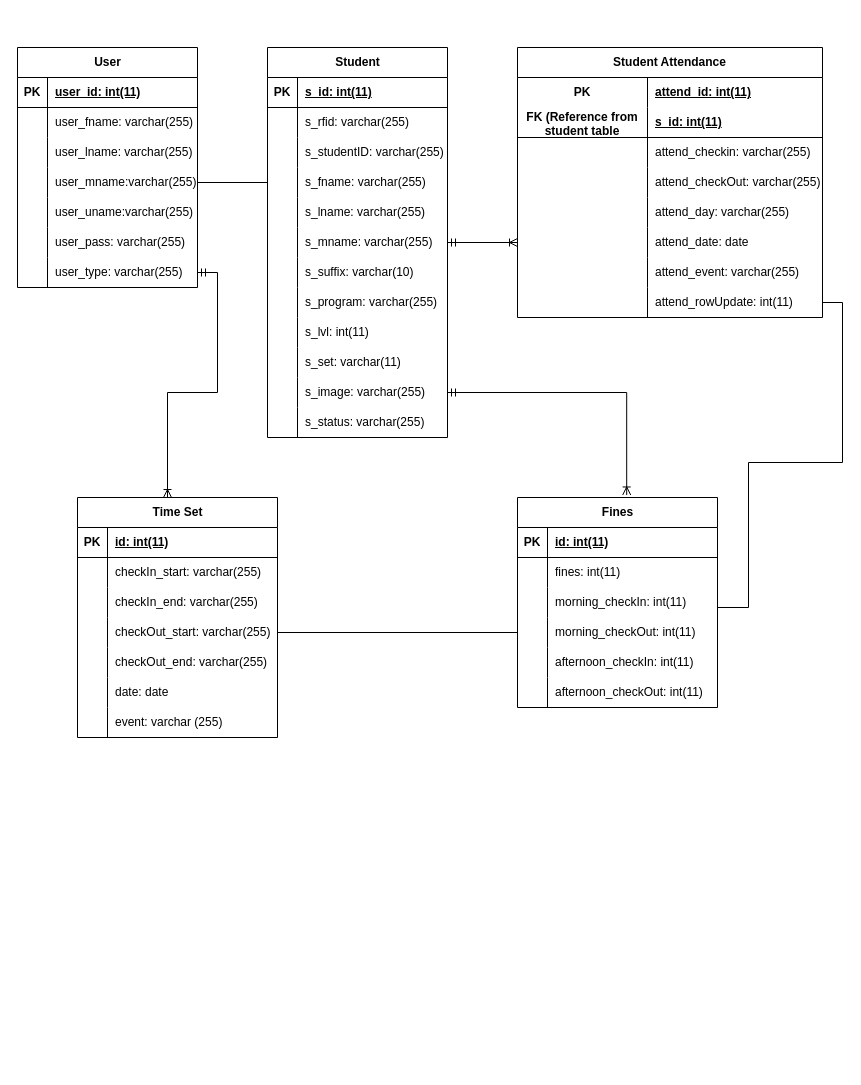
Earlier version of the draw.io diagram Attendance_System_ERD.drawio (panzerweb/database_repo). Source tidied: cells renumbered, new cells numbered last; positions are measured from the earlier drawing's top-left corner, leaving out a move shared by most shapes. Both pictures are drawn from the tidied source at 100%, with x=0, y=0 at pixel (17, 47).
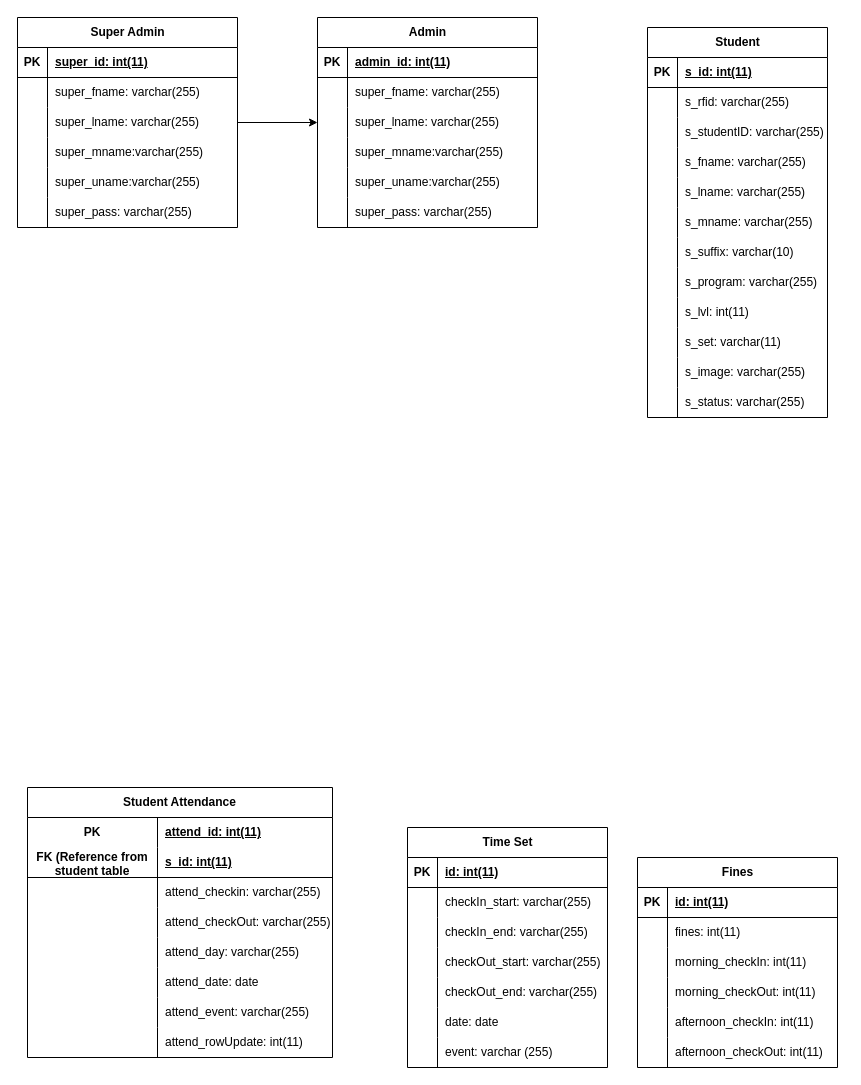
Above is the later version.

The change refers to these unchanged cells:
```xml
<mxCell id="35" style="shape=tableRow;horizontal=0;startSize=0;swimlaneHead=0;swimlaneBody=0;fillColor=none;points=[[0,0.5],[1,0.5]];portConstraint=eastwest;top=0;left=0;right=0;bottom=0;" parent="25" vertex="1">
  <mxGeometry y="120" width="180" height="30" as="geometry" />
</mxCell>
<mxCell id="56" style="shape=tableRow;horizontal=0;startSize=0;swimlaneHead=0;swimlaneBody=0;fillColor=none;points=[[0,0.5],[1,0.5]];portConstraint=eastwest;top=0;left=0;right=0;bottom=0;" parent="25" vertex="1">
  <mxGeometry y="330" width="180" height="30" as="geometry" />
</mxCell>
<mxCell id="78" style="shape=tableRow;horizontal=0;startSize=0;swimlaneHead=0;swimlaneBody=0;fillColor=none;points=[[0,0.5],[1,0.5]];portConstraint=eastwest;top=0;left=0;right=0;bottom=0;html=1;" parent="62" vertex="1">
  <mxGeometry y="180" width="305" height="30" as="geometry" />
</mxCell>
<mxCell id="84" style="shape=tableRow;horizontal=0;startSize=0;swimlaneHead=0;swimlaneBody=0;fillColor=none;points=[[0,0.5],[1,0.5]];portConstraint=eastwest;top=0;left=0;right=0;bottom=0;html=1;" parent="62" vertex="1">
  <mxGeometry y="240" width="305" height="30" as="geometry" />
</mxCell>
<mxCell id="97" style="shape=tableRow;horizontal=0;startSize=0;swimlaneHead=0;swimlaneBody=0;fillColor=none;points=[[0,0.5],[1,0.5]];portConstraint=eastwest;top=0;left=0;right=0;bottom=0;" parent="87" vertex="1">
  <mxGeometry y="120" width="200" height="30" as="geometry" />
</mxCell>
<mxCell id="116" style="shape=tableRow;horizontal=0;startSize=0;swimlaneHead=0;swimlaneBody=0;fillColor=none;points=[[0,0.5],[1,0.5]];portConstraint=eastwest;top=0;left=0;right=0;bottom=0;" parent="109" vertex="1">
  <mxGeometry y="90" width="200" height="30" as="geometry" />
</mxCell>
<mxCell id="119" style="shape=tableRow;horizontal=0;startSize=0;swimlaneHead=0;swimlaneBody=0;fillColor=none;points=[[0,0.5],[1,0.5]];portConstraint=eastwest;top=0;left=0;right=0;bottom=0;" parent="109" vertex="1">
  <mxGeometry y="120" width="200" height="30" as="geometry" />
</mxCell>
```

Change to the diagram source:
```diff
@@
+    <mxCell id="133" style="edgeStyle=orthogonalEdgeStyle;rounded=0;jettySize=auto;html=1;" parent="1" edge="1" source="2" target="134">
+      <mxGeometry relative="1" as="geometry" />
+    </mxCell>
-    <mxCell id="2" value="User" style="shape=table;startSize=30;childLayout=tableLayout;rowLines=0;fontStyle=1;align=center;html=1;" parent="1" vertex="1">
-      <mxGeometry width="180" height="240" as="geometry" />
+    <mxCell id="2" value="Super Admin" style="shape=table;startSize=30;childLayout=tableLayout;rowLines=0;fontStyle=1;align=center;html=1;" parent="1" vertex="1">
+      <mxGeometry y="-30" width="220" height="210" as="geometry" />
     </mxCell>
     <mxCell id="3" style="shape=tableRow;horizontal=0;startSize=0;swimlaneHead=0;swimlaneBody=0;fillColor=none;top=0;left=0;right=0;bottom=1;" parent="2" vertex="1">
-      <mxGeometry y="30" width="180" height="30" as="geometry" />
+      <mxGeometry y="30" width="220" height="30" as="geometry" />
     </mxCell>
@@
-    <mxCell id="5" value="user_id: int(11)" style="shape=partialRectangle;fillColor=none;top=0;left=0;bottom=0;right=0;align=left;spacingLeft=6;fontStyle=5;overflow=hidden;whiteSpace=wrap;html=1;" parent="3" vertex="1">
-      <mxGeometry x="30" width="150" height="30" as="geometry" />
+    <mxCell id="5" value="super_id: int(11)" style="shape=partialRectangle;fillColor=none;top=0;left=0;bottom=0;right=0;align=left;spacingLeft=6;fontStyle=5;overflow=hidden;whiteSpace=wrap;html=1;" parent="3" vertex="1">
+      <mxGeometry x="30" width="190" height="30" as="geometry" />
     </mxCell>
     <mxCell id="6" style="shape=tableRow;horizontal=0;startSize=0;swimlaneHead=0;swimlaneBody=0;fillColor=none;top=0;left=0;right=0;bottom=0;" parent="2" vertex="1">
-      <mxGeometry y="60" width="180" height="30" as="geometry" />
+      <mxGeometry y="60" width="220" height="30" as="geometry" />
     </mxCell>
@@
-    <mxCell id="8" value="user_fname: varchar(255)" style="shape=partialRectangle;fillColor=none;top=0;left=0;bottom=0;right=0;align=left;spacingLeft=6;overflow=hidden;whiteSpace=wrap;html=1;" parent="6" vertex="1">
-      <mxGeometry x="30" width="150" height="30" as="geometry" />
+    <mxCell id="8" value="super_fname: varchar(255)" style="shape=partialRectangle;fillColor=none;top=0;left=0;bottom=0;right=0;align=left;spacingLeft=6;overflow=hidden;whiteSpace=wrap;html=1;" parent="6" vertex="1">
+      <mxGeometry x="30" width="190" height="30" as="geometry" />
     </mxCell>
     <mxCell id="9" style="shape=tableRow;horizontal=0;startSize=0;swimlaneHead=0;swimlaneBody=0;fillColor=none;top=0;left=0;right=0;bottom=0;" parent="2" vertex="1">
-      <mxGeometry y="90" width="180" height="30" as="geometry" />
+      <mxGeometry y="90" width="220" height="30" as="geometry" />
     </mxCell>
@@
-    <mxCell id="11" value="user_lname: varchar(255)" style="shape=partialRectangle;fillColor=none;top=0;left=0;bottom=0;right=0;align=left;spacingLeft=6;overflow=hidden;whiteSpace=wrap;html=1;" parent="9" vertex="1">
-      <mxGeometry x="30" width="150" height="30" as="geometry" />
+    <mxCell id="11" value="super_lname: varchar(255)" style="shape=partialRectangle;fillColor=none;top=0;left=0;bottom=0;right=0;align=left;spacingLeft=6;overflow=hidden;whiteSpace=wrap;html=1;" parent="9" vertex="1">
+      <mxGeometry x="30" width="190" height="30" as="geometry" />
     </mxCell>
     <mxCell id="12" style="shape=tableRow;horizontal=0;startSize=0;swimlaneHead=0;swimlaneBody=0;fillColor=none;points=[[0,0.5],[1,0.5]];portConstraint=eastwest;top=0;left=0;right=0;bottom=0;" parent="2" vertex="1">
-      <mxGeometry y="120" width="180" height="30" as="geometry" />
+      <mxGeometry y="120" width="220" height="30" as="geometry" />
     </mxCell>
@@
-    <mxCell id="14" value="user_mname:varchar(255)" style="shape=partialRectangle;fillColor=none;top=0;left=0;bottom=0;right=0;align=left;spacingLeft=6;overflow=hidden;whiteSpace=wrap;html=1;" parent="12" vertex="1">
-      <mxGeometry x="30" width="150" height="30" as="geometry" />
+    <mxCell id="14" value="super_mname:varchar(255)" style="shape=partialRectangle;fillColor=none;top=0;left=0;bottom=0;right=0;align=left;spacingLeft=6;overflow=hidden;whiteSpace=wrap;html=1;" parent="12" vertex="1">
+      <mxGeometry x="30" width="190" height="30" as="geometry" />
     </mxCell>
     <mxCell id="15" style="shape=tableRow;horizontal=0;startSize=0;swimlaneHead=0;swimlaneBody=0;fillColor=none;top=0;left=0;right=0;bottom=0;" parent="2" vertex="1">
-      <mxGeometry y="150" width="180" height="30" as="geometry" />
+      <mxGeometry y="150" width="220" height="30" as="geometry" />
     </mxCell>
@@
-    <mxCell id="17" value="user_uname:varchar(255)" style="shape=partialRectangle;fillColor=none;top=0;left=0;bottom=0;right=0;align=left;spacingLeft=6;overflow=hidden;whiteSpace=wrap;html=1;" parent="15" vertex="1">
-      <mxGeometry x="30" width="150" height="30" as="geometry" />
+    <mxCell id="17" value="super_uname:varchar(255)" style="shape=partialRectangle;fillColor=none;top=0;left=0;bottom=0;right=0;align=left;spacingLeft=6;overflow=hidden;whiteSpace=wrap;html=1;" parent="15" vertex="1">
+      <mxGeometry x="30" width="190" height="30" as="geometry" />
     </mxCell>
     <mxCell id="18" style="shape=tableRow;horizontal=0;startSize=0;swimlaneHead=0;swimlaneBody=0;fillColor=none;top=0;left=0;right=0;bottom=0;" parent="2" vertex="1">
-      <mxGeometry y="180" width="180" height="30" as="geometry" />
+      <mxGeometry y="180" width="220" height="30" as="geometry" />
     </mxCell>
@@
-    <mxCell id="20" value="user_pass: varchar(255)" style="shape=partialRectangle;fillColor=none;top=0;left=0;bottom=0;right=0;align=left;spacingLeft=6;overflow=hidden;whiteSpace=wrap;html=1;" parent="18" vertex="1">
-      <mxGeometry x="30" width="150" height="30" as="geometry" />
+    <mxCell id="20" value="super_pass: varchar(255)" style="shape=partialRectangle;fillColor=none;top=0;left=0;bottom=0;right=0;align=left;spacingLeft=6;overflow=hidden;whiteSpace=wrap;html=1;" parent="18" vertex="1">
+      <mxGeometry x="30" width="190" height="30" as="geometry" />
     </mxCell>
-    <mxCell id="21" style="shape=tableRow;horizontal=0;startSize=0;swimlaneHead=0;swimlaneBody=0;fillColor=none;points=[[0,0.5],[1,0.5]];portConstraint=eastwest;top=0;left=0;right=0;bottom=0;" parent="2" vertex="1">
-      <mxGeometry y="210" width="180" height="30" as="geometry" />
-    </mxCell>
-    <mxCell id="22" style="shape=partialRectangle;fillColor=none;top=0;left=0;bottom=0;right=0;overflow=hidden;whiteSpace=wrap;html=1;" parent="21" vertex="1">
-      <mxGeometry width="30" height="30" as="geometry" />
-    </mxCell>
-    <mxCell id="23" value="user_type: varchar(255)" style="shape=partialRectangle;fillColor=none;top=0;left=0;bottom=0;right=0;align=left;spacingLeft=6;overflow=hidden;whiteSpace=wrap;html=1;" parent="21" vertex="1">
-      <mxGeometry x="30" width="150" height="30" as="geometry" />
-    </mxCell>
-    <mxCell id="24" style="edgeStyle=orthogonalEdgeStyle;rounded=0;jettySize=auto;html=1;entryX=0;entryY=0.5;entryDx=0;entryDy=0;endArrow=ERoneToMany;endFill=0;startArrow=ERmandOne;startFill=0;" parent="1" edge="1" source="25" target="78">
-      <mxGeometry relative="1" as="geometry" />
-    </mxCell>
     <mxCell id="25" value="Student" style="shape=table;startSize=30;childLayout=tableLayout;rowLines=0;fontStyle=1;align=center;html=1;" parent="1" vertex="1">
-      <mxGeometry x="250" width="180" height="390" as="geometry" />
+      <mxGeometry x="630" y="-20" width="180" height="390" as="geometry" />
     </mxCell>
@@
     <mxCell id="62" value="Student Attendance" style="shape=table;startSize=30;childLayout=tableLayout;rowLines=0;fontStyle=1;align=center;html=1;whiteSpace=wrap;" parent="1" vertex="1">
-      <mxGeometry x="500" width="305" height="270" as="geometry" />
+      <mxGeometry x="10" y="740" width="305" height="270" as="geometry" />
     </mxCell>
@@
     <mxCell id="87" value="Time Set" style="shape=table;startSize=30;childLayout=tableLayout;rowLines=0;fontStyle=1;align=center;html=1;" parent="1" vertex="1">
-      <mxGeometry x="60" y="450" width="200" height="240" as="geometry" />
+      <mxGeometry x="390" y="780" width="200" height="240" as="geometry" />
     </mxCell>
@@
     <mxCell id="109" value="Fines" style="shape=table;startSize=30;childLayout=tableLayout;rowLines=0;fontStyle=1;align=center;html=1;" parent="1" vertex="1">
-      <mxGeometry x="500" y="450" width="200" height="210" as="geometry" />
+      <mxGeometry x="620" y="810" width="200" height="210" as="geometry" />
     </mxCell>
@@
-    <mxCell id="128" style="edgeStyle=orthogonalEdgeStyle;rounded=0;jettySize=auto;html=1;entryX=0.546;entryY=-0.012;entryDx=0;entryDy=0;entryPerimeter=0;endArrow=ERoneToMany;endFill=0;startArrow=ERmandOne;startFill=0;" parent="1" edge="1" source="56" target="109">
-      <mxGeometry relative="1" as="geometry" />
-    </mxCell>
-    <mxCell id="129" style="edgeStyle=orthogonalEdgeStyle;rounded=0;jettySize=auto;html=1;entryX=0;entryY=0.5;entryDx=0;entryDy=0;endArrow=none;endFill=0;" parent="1" edge="1" source="12" target="35">
-      <mxGeometry relative="1" as="geometry" />
-    </mxCell>
-    <mxCell id="130" style="edgeStyle=orthogonalEdgeStyle;rounded=0;jettySize=auto;html=1;entryX=1;entryY=0.5;entryDx=0;entryDy=0;endArrow=none;endFill=0;" parent="1" edge="1" source="84" target="116">
-      <mxGeometry relative="1" as="geometry">
-        <Array as="points">
-          <mxPoint x="825" y="255" />
-          <mxPoint x="825" y="415" />
-          <mxPoint x="731" y="415" />
-          <mxPoint x="731" y="560" />
-          <mxPoint x="700" y="560" />
-        </Array>
-      </mxGeometry>
-    </mxCell>
-    <mxCell id="131" style="edgeStyle=orthogonalEdgeStyle;rounded=0;jettySize=auto;html=1;entryX=0;entryY=0.5;entryDx=0;entryDy=0;endArrow=none;endFill=0;" parent="1" edge="1" source="97" target="119">
-      <mxGeometry relative="1" as="geometry" />
-    </mxCell>
-    <mxCell id="132" style="edgeStyle=orthogonalEdgeStyle;rounded=0;jettySize=auto;html=1;entryX=0.45;entryY=0;entryDx=0;entryDy=0;entryPerimeter=0;endArrow=ERoneToMany;endFill=0;startArrow=ERmandOne;startFill=0;" parent="1" edge="1" source="21" target="87">
-      <mxGeometry relative="1" as="geometry" />
-    </mxCell>
+    <mxCell id="134" value="Admin" style="shape=table;startSize=30;childLayout=tableLayout;rowLines=0;fontStyle=1;align=center;html=1;" parent="1" vertex="1">
+      <mxGeometry x="300" y="-30" width="220" height="210" as="geometry" />
+    </mxCell>
+    <mxCell id="135" style="shape=tableRow;horizontal=0;startSize=0;swimlaneHead=0;swimlaneBody=0;fillColor=none;top=0;left=0;right=0;bottom=1;" parent="134" vertex="1">
+      <mxGeometry y="30" width="220" height="30" as="geometry" />
+    </mxCell>
+    <mxCell id="136" value="PK" style="shape=partialRectangle;fillColor=none;top=0;left=0;bottom=0;right=0;fontStyle=1;overflow=hidden;whiteSpace=wrap;html=1;" parent="135" vertex="1">
+      <mxGeometry width="30" height="30" as="geometry" />
+    </mxCell>
+    <mxCell id="137" value="admin_id: int(11)" style="shape=partialRectangle;fillColor=none;top=0;left=0;bottom=0;right=0;align=left;spacingLeft=6;fontStyle=5;overflow=hidden;whiteSpace=wrap;html=1;" parent="135" vertex="1">
+      <mxGeometry x="30" width="190" height="30" as="geometry" />
+    </mxCell>
+    <mxCell id="138" style="shape=tableRow;horizontal=0;startSize=0;swimlaneHead=0;swimlaneBody=0;fillColor=none;top=0;left=0;right=0;bottom=0;" parent="134" vertex="1">
+      <mxGeometry y="60" width="220" height="30" as="geometry" />
+    </mxCell>
+    <mxCell id="139" style="shape=partialRectangle;fillColor=none;top=0;left=0;bottom=0;right=0;overflow=hidden;whiteSpace=wrap;html=1;" parent="138" vertex="1">
+      <mxGeometry width="30" height="30" as="geometry" />
+    </mxCell>
+    <mxCell id="140" value="super_fname: varchar(255)" style="shape=partialRectangle;fillColor=none;top=0;left=0;bottom=0;right=0;align=left;spacingLeft=6;overflow=hidden;whiteSpace=wrap;html=1;" parent="138" vertex="1">
+      <mxGeometry x="30" width="190" height="30" as="geometry" />
+    </mxCell>
+    <mxCell id="141" style="shape=tableRow;horizontal=0;startSize=0;swimlaneHead=0;swimlaneBody=0;fillColor=none;top=0;left=0;right=0;bottom=0;" parent="134" vertex="1">
+      <mxGeometry y="90" width="220" height="30" as="geometry" />
+    </mxCell>
+    <mxCell id="142" style="shape=partialRectangle;fillColor=none;top=0;left=0;bottom=0;right=0;overflow=hidden;whiteSpace=wrap;html=1;" parent="141" vertex="1">
+      <mxGeometry width="30" height="30" as="geometry" />
+    </mxCell>
+    <mxCell id="143" value="super_lname: varchar(255)" style="shape=partialRectangle;fillColor=none;top=0;left=0;bottom=0;right=0;align=left;spacingLeft=6;overflow=hidden;whiteSpace=wrap;html=1;" parent="141" vertex="1">
+      <mxGeometry x="30" width="190" height="30" as="geometry" />
+    </mxCell>
+    <mxCell id="144" style="shape=tableRow;horizontal=0;startSize=0;swimlaneHead=0;swimlaneBody=0;fillColor=none;top=0;left=0;right=0;bottom=0;" parent="134" vertex="1">
+      <mxGeometry y="120" width="220" height="30" as="geometry" />
+    </mxCell>
+    <mxCell id="145" style="shape=partialRectangle;fillColor=none;top=0;left=0;bottom=0;right=0;overflow=hidden;whiteSpace=wrap;html=1;" parent="144" vertex="1">
+      <mxGeometry width="30" height="30" as="geometry" />
+    </mxCell>
+    <mxCell id="146" value="super_mname:varchar(255)" style="shape=partialRectangle;fillColor=none;top=0;left=0;bottom=0;right=0;align=left;spacingLeft=6;overflow=hidden;whiteSpace=wrap;html=1;" parent="144" vertex="1">
+      <mxGeometry x="30" width="190" height="30" as="geometry" />
+    </mxCell>
+    <mxCell id="147" style="shape=tableRow;horizontal=0;startSize=0;swimlaneHead=0;swimlaneBody=0;fillColor=none;top=0;left=0;right=0;bottom=0;" parent="134" vertex="1">
+      <mxGeometry y="150" width="220" height="30" as="geometry" />
+    </mxCell>
+    <mxCell id="148" style="shape=partialRectangle;fillColor=none;top=0;left=0;bottom=0;right=0;overflow=hidden;whiteSpace=wrap;html=1;" parent="147" vertex="1">
+      <mxGeometry width="30" height="30" as="geometry" />
+    </mxCell>
+    <mxCell id="149" value="super_uname:varchar(255)" style="shape=partialRectangle;fillColor=none;top=0;left=0;bottom=0;right=0;align=left;spacingLeft=6;overflow=hidden;whiteSpace=wrap;html=1;" parent="147" vertex="1">
+      <mxGeometry x="30" width="190" height="30" as="geometry" />
+    </mxCell>
+    <mxCell id="150" style="shape=tableRow;horizontal=0;startSize=0;swimlaneHead=0;swimlaneBody=0;fillColor=none;top=0;left=0;right=0;bottom=0;" parent="134" vertex="1">
+      <mxGeometry y="180" width="220" height="30" as="geometry" />
+    </mxCell>
+    <mxCell id="151" style="shape=partialRectangle;fillColor=none;top=0;left=0;bottom=0;right=0;overflow=hidden;whiteSpace=wrap;html=1;" parent="150" vertex="1">
+      <mxGeometry width="30" height="30" as="geometry" />
+    </mxCell>
+    <mxCell id="152" value="super_pass: varchar(255)" style="shape=partialRectangle;fillColor=none;top=0;left=0;bottom=0;right=0;align=left;spacingLeft=6;overflow=hidden;whiteSpace=wrap;html=1;" parent="150" vertex="1">
+      <mxGeometry x="30" width="190" height="30" as="geometry" />
+    </mxCell>
```
